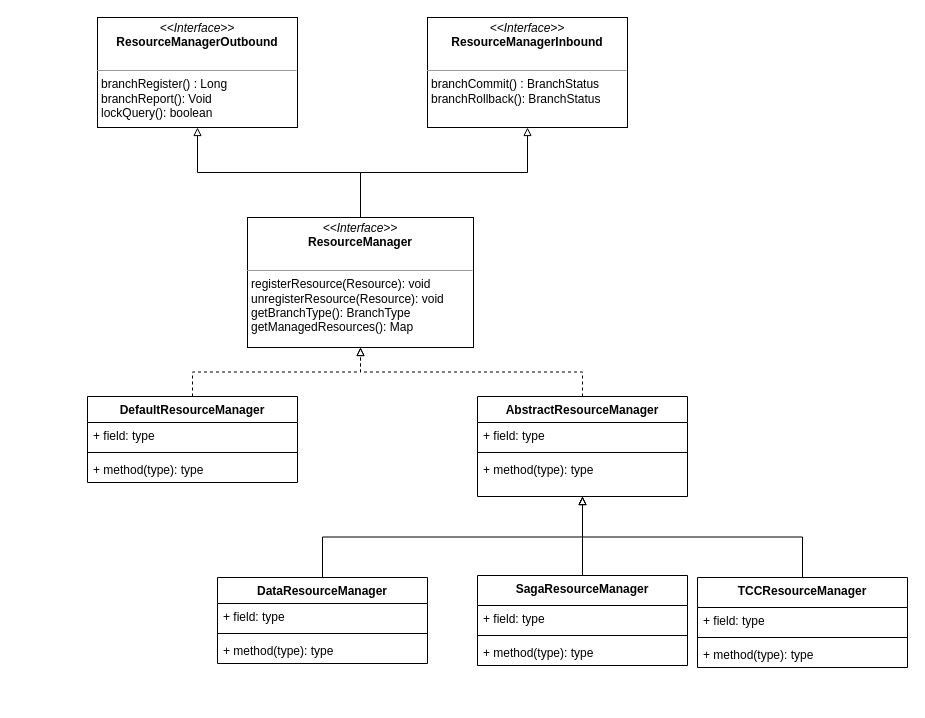
The draw.io diagram Seata_RM_Class_Diagram.drawio in yancyan/design.draw.io, before the edit. Source tidied: cells renumbered, new cells numbered last; positions are measured from the earlier drawing's top-left corner, leaving out a move shared by most shapes. Both pictures are drawn from the tidied source at 100%, with x=0, y=0 at pixel (87, 17).
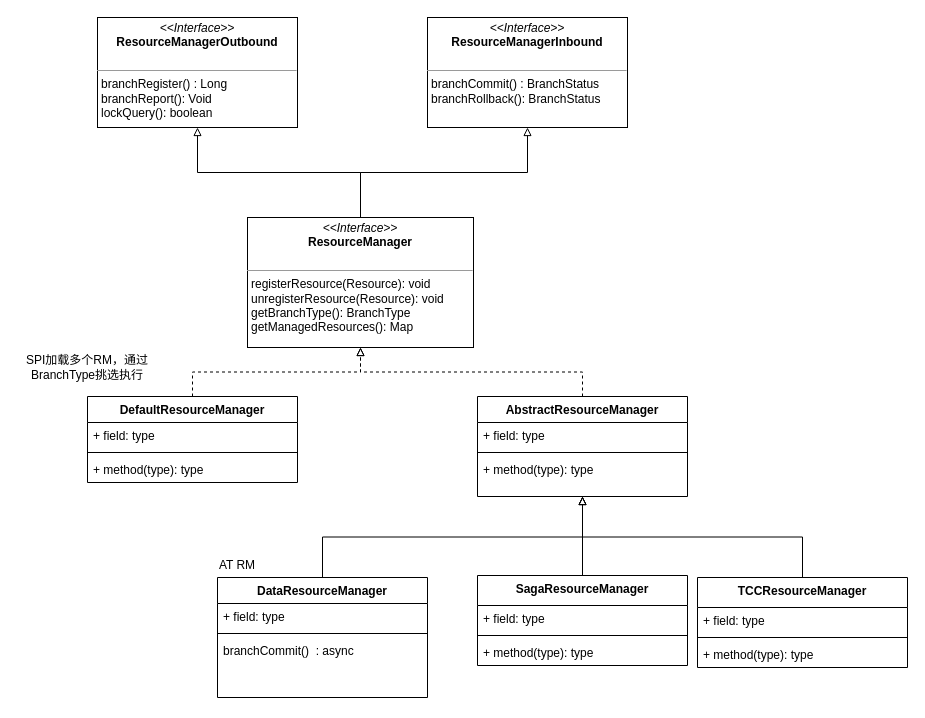
The same diagram, later.

Change to the diagram source:
```diff
@@
     <mxCell id="18" value="DataResourceManager" style="swimlane;fontStyle=1;align=center;verticalAlign=top;horizontal=1;startSize=26;" parent="1" vertex="1">
-      <mxGeometry x="130" y="560" width="210" height="86" as="geometry" />
+      <mxGeometry x="130" y="560" width="210" height="120" as="geometry" />
     </mxCell>
@@
-    <mxCell id="21" value="+ method(type): type" style="text;strokeColor=none;fillColor=none;align=left;verticalAlign=top;spacingLeft=4;spacingRight=4;overflow=hidden;" parent="18" vertex="1">
-      <mxGeometry y="60" width="210" height="26" as="geometry" />
+    <mxCell id="21" value="branchCommit()  : async&#10;" style="text;strokeColor=none;fillColor=none;align=left;verticalAlign=top;spacingLeft=4;spacingRight=4;overflow=hidden;" parent="18" vertex="1">
+      <mxGeometry y="60" width="210" height="60" as="geometry" />
     </mxCell>
@@
+    <mxCell id="32" value="SPI加载多个RM，通过BranchType挑选执行" style="text;html=1;strokeColor=none;fillColor=none;align=center;verticalAlign=middle;whiteSpace=wrap;rounded=0;" parent="1" vertex="1">
+      <mxGeometry x="-70" y="330" width="140" height="40" as="geometry" />
+    </mxCell>
+    <mxCell id="33" value="AT RM" style="text;html=1;strokeColor=none;fillColor=none;align=center;verticalAlign=middle;whiteSpace=wrap;rounded=0;" parent="1" vertex="1">
+      <mxGeometry x="130" y="538" width="40" height="20" as="geometry" />
+    </mxCell>
```
